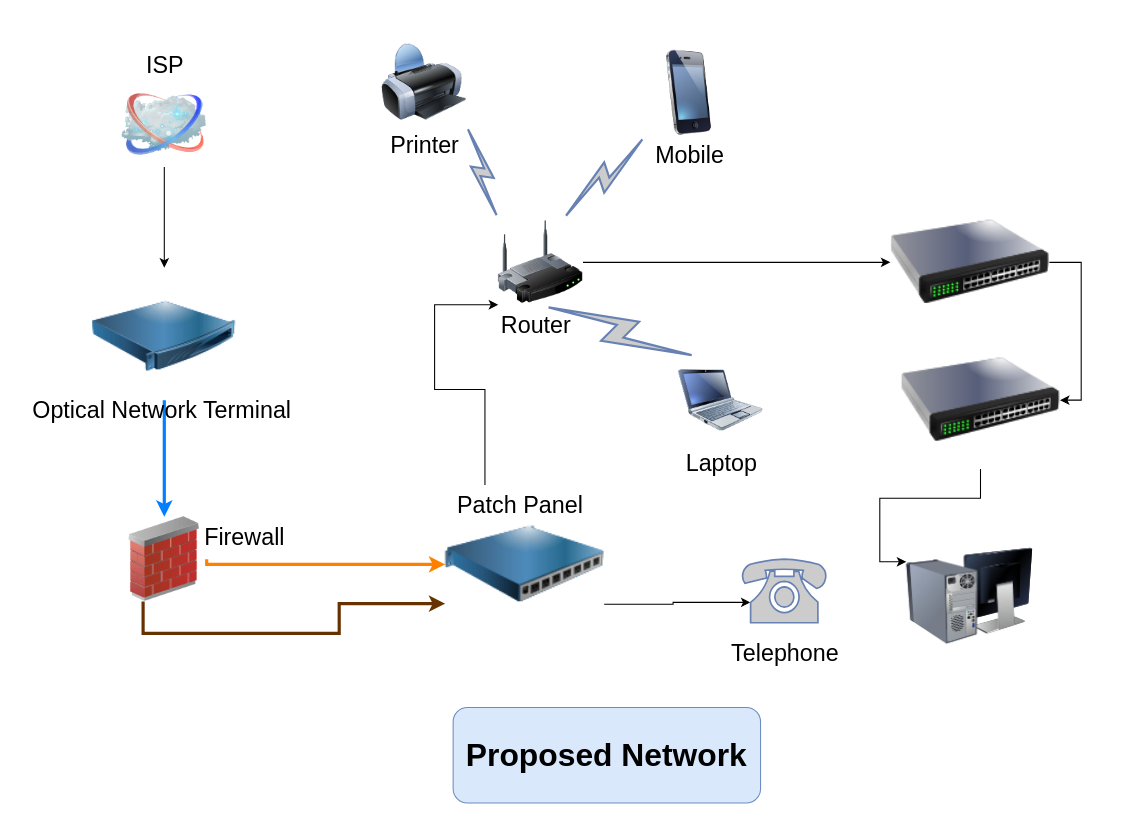
Before: Untitled Diagram.drawio in SamuelPius/Tridel-Network, a draw.io diagram. Source tidied: cells renumbered, new cells numbered last; positions are measured from the earlier drawing's top-left corner, leaving out a move shared by most shapes. Both pictures are drawn from the tidied source at 106%, with x=0, y=0 at pixel (18, 39).
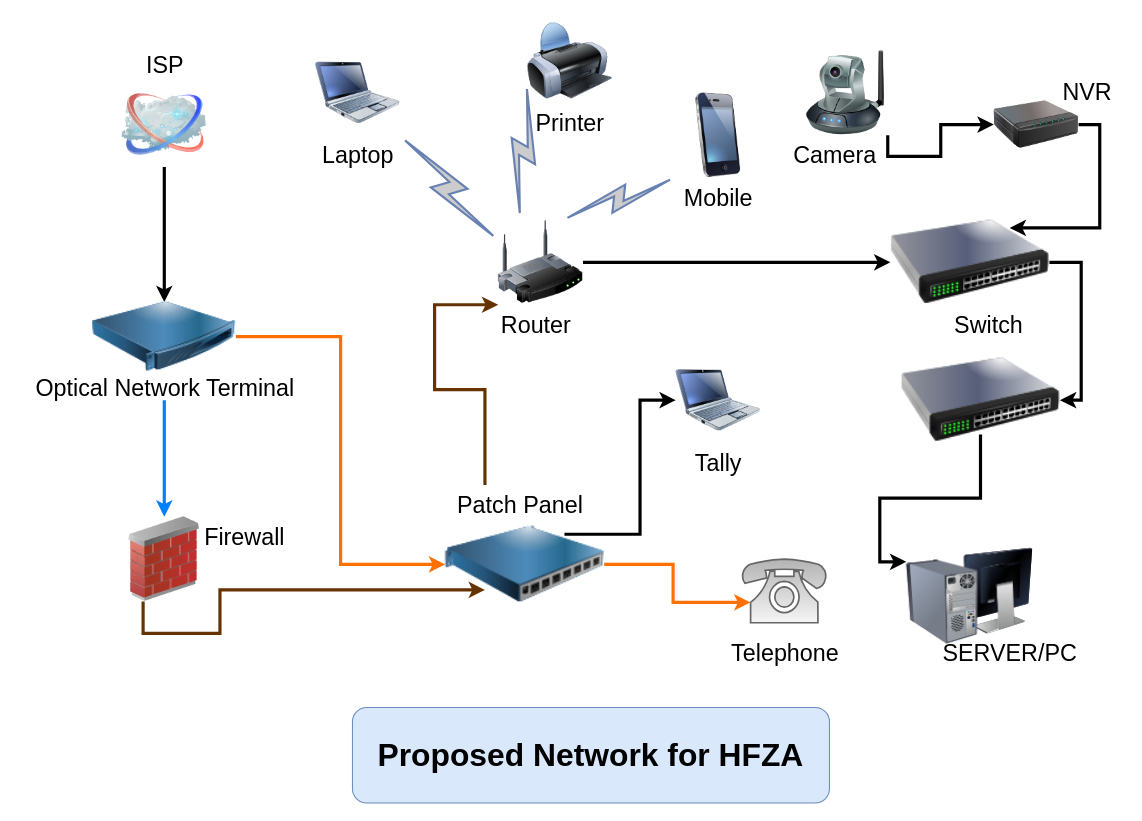
The same page after the edit.

Commit message:
Update Proposed HFZA Network Diagram.drawio

Unchanged cells that the change refers to:
```xml
<mxCell id="3" style="image;html=1;labelBackgroundColor=#ffffff;image=img/lib/clip_art/networking/Wireless_Router_128x128.png;rounded=1;shadow=0;comic=0;strokeWidth=2;fontSize=22;" parent="1" vertex="1">
  <mxGeometry x="452.5" y="170" width="80" height="80" as="geometry" />
</mxCell>
<mxCell id="5" value="ISP" style="image;html=1;labelBackgroundColor=#ffffff;image=img/lib/clip_art/networking/Cloud_128x128.png;rounded=1;shadow=0;comic=0;strokeWidth=2;fontSize=22;labelPosition=center;verticalLabelPosition=top;align=center;verticalAlign=bottom;" parent="1" vertex="1">
  <mxGeometry x="97.5" y="40" width="80" height="80" as="geometry" />
</mxCell>
<mxCell id="15" style="image;html=1;image=img/lib/clip_art/networking/Firewall_02_128x128.png;" parent="1" vertex="1">
  <mxGeometry x="97.5" y="450" width="80" height="80" as="geometry" />
</mxCell>
<mxCell id="27" style="image;html=1;image=img/lib/clip_art/computers/Monitor_Tower_Behind_128x128.png;" parent="1" vertex="1">
  <mxGeometry x="837.5" y="460" width="120" height="130" as="geometry" />
</mxCell>
```

Diff of the diagram source:
```diff
@@
-    <mxCell id="2" style="edgeStyle=orthogonalEdgeStyle;rounded=0;jettySize=auto;html=1;exitX=1;exitY=0.5;exitDx=0;exitDy=0;" parent="1" edge="1" source="3" target="29">
+    <mxCell id="2" style="edgeStyle=orthogonalEdgeStyle;rounded=0;jettySize=auto;html=1;exitX=1;exitY=0.5;exitDx=0;exitDy=0;strokeWidth=3;" parent="1" edge="1" source="3" target="29">
       <mxGeometry relative="1" as="geometry" />
     </mxCell>
@@
-    <mxCell id="4" style="edgeStyle=orthogonalEdgeStyle;rounded=0;jettySize=auto;html=1;exitX=0.5;exitY=1;exitDx=0;exitDy=0;entryX=0.5;entryY=0;entryDx=0;entryDy=0;" parent="1" edge="1" source="5" target="17">
+    <mxCell id="4" style="edgeStyle=orthogonalEdgeStyle;rounded=0;jettySize=auto;html=1;exitX=0.5;exitY=1;exitDx=0;exitDy=0;entryX=0.5;entryY=0.25;entryDx=0;entryDy=0;strokeWidth=3;entryPerimeter=0;" parent="1" edge="1" source="5" target="17">
       <mxGeometry relative="1" as="geometry" />
     </mxCell>
@@
     <mxCell id="6" value="Printer" style="image;html=1;labelBackgroundColor=#ffffff;image=img/lib/clip_art/computers/Printer_128x128.png;rounded=1;shadow=0;comic=0;strokeWidth=2;fontSize=22;" parent="1" vertex="1">
-      <mxGeometry x="342.5" width="80" height="80" as="geometry" />
+      <mxGeometry x="480" y="-20" width="80" height="80" as="geometry" />
     </mxCell>
     <mxCell id="7" value="Mobile" style="image;html=1;labelBackgroundColor=#ffffff;image=img/lib/clip_art/telecommunication/iPhone_128x128.png;rounded=1;shadow=0;comic=0;strokeWidth=2;fontSize=22;" parent="1" vertex="1">
-      <mxGeometry x="592.5" y="10" width="80" height="80" as="geometry" />
+      <mxGeometry x="620" y="50" width="80" height="80" as="geometry" />
     </mxCell>
     <mxCell id="8" value="Laptop" style="image;html=1;labelBackgroundColor=#ffffff;image=img/lib/clip_art/computers/Netbook_128x128.png;rounded=1;shadow=0;comic=0;strokeColor=#000000;strokeWidth=2;fillColor=#FFFFFF;fontSize=22;fontColor=#000000;" parent="1" vertex="1">
-      <mxGeometry x="622.5" y="300" width="80" height="80" as="geometry" />
+      <mxGeometry x="280" y="10" width="80" height="80" as="geometry" />
     </mxCell>
-    <mxCell id="9" value="&lt;font style=&quot;font-size: 30px;&quot;&gt;Proposed Network&lt;/font&gt;" style="rounded=1;whiteSpace=wrap;html=1;fillColor=#dae8fc;strokeColor=#6c8ebf;fontStyle=1;" parent="1" vertex="1">
-      <mxGeometry x="410" y="630" width="290" height="90" as="geometry" />
+    <mxCell id="9" value="&lt;font style=&quot;font-size: 30px;&quot;&gt;Proposed Network for HFZA&lt;/font&gt;" style="rounded=1;whiteSpace=wrap;html=1;fillColor=#dae8fc;strokeColor=#6c8ebf;fontStyle=1;" parent="1" vertex="1">
+      <mxGeometry x="315" y="630" width="450" height="90" as="geometry" />
     </mxCell>
+    <mxCell id="11" style="edgeStyle=orthogonalEdgeStyle;rounded=0;jettySize=auto;html=1;exitX=0.25;exitY=0;exitDx=0;exitDy=0;entryX=0;entryY=1;entryDx=0;entryDy=0;strokeWidth=3;strokeColor=#663300;" parent="1" edge="1" source="12" target="3">
+      <mxGeometry relative="1" as="geometry">
+        <Array as="points">
+          <mxPoint x="439.5" y="330" />
+          <mxPoint x="392.5" y="330" />
+          <mxPoint x="392.5" y="250" />
+        </Array>
+      </mxGeometry>
+    </mxCell>
-    <mxCell id="10" style="edgeStyle=orthogonalEdgeStyle;rounded=0;jettySize=auto;html=1;exitX=1;exitY=0.75;exitDx=0;exitDy=0;entryX=0.1;entryY=0.68;entryDx=0;entryDy=0;entryPerimeter=0;" parent="1" edge="1" source="12" target="21">
+    <mxCell id="10" style="edgeStyle=orthogonalEdgeStyle;rounded=0;jettySize=auto;html=1;exitX=1;exitY=0.5;exitDx=0;exitDy=0;entryX=0.1;entryY=0.68;entryDx=0;entryDy=0;entryPerimeter=0;strokeWidth=3;strokeColor=#FF7003;" parent="1" edge="1" source="12" target="21">
       <mxGeometry relative="1" as="geometry" />
     </mxCell>
-    <mxCell id="11" style="edgeStyle=orthogonalEdgeStyle;rounded=0;jettySize=auto;html=1;exitX=0.25;exitY=0;exitDx=0;exitDy=0;entryX=0;entryY=1;entryDx=0;entryDy=0;" parent="1" edge="1" source="12" target="3">
-      <mxGeometry relative="1" as="geometry">
-        <Array as="points">
-          <mxPoint x="439.5" y="330" />
-          <mxPoint x="392.5" y="330" />
-          <mxPoint x="392.5" y="250" />
-        </Array>
-      </mxGeometry>
-    </mxCell>
+    <mxCell id="32" style="edgeStyle=orthogonalEdgeStyle;rounded=0;jettySize=auto;html=1;exitX=0.75;exitY=0.31;exitDx=0;exitDy=0;exitPerimeter=0;entryX=0;entryY=0.5;entryDx=0;entryDy=0;strokeColor=#000000;strokeWidth=3;" parent="1" edge="1" source="12" target="41">
+      <mxGeometry relative="1" as="geometry" />
+    </mxCell>
-    <mxCell id="12" style="image;html=1;image=img/lib/clip_art/networking/power_distribution_unit_128x128.png;" parent="1" vertex="1">
+    <mxCell id="12" style="image;html=1;image=img/lib/clip_art/networking/power_distribution_unit_128x128.png;points=[[0,0,0,0,0],[0,0.25,0,0,0],[0,0.5,0,0,0],[0,1,0,0,0],[0.25,0,0,0,0],[0.25,0.66,0,0,0],[0.25,1,0,0,0],[0.5,0,0,0,0],[0.5,1,0,0,0],[0.75,0,0,0,0],[0.75,0.31,0,0,0],[0.75,1,0,0,0],[1,0,0,0,0],[1,0.5,0,0,0],[1,0.75,0,0,0],[1,1,0,0,0]];" parent="1" vertex="1">
       <mxGeometry x="402.5" y="420" width="150" height="150" as="geometry" />
     </mxCell>
-    <mxCell id="13" style="edgeStyle=orthogonalEdgeStyle;rounded=0;jettySize=auto;html=1;exitX=1;exitY=0.5;exitDx=0;exitDy=0;entryX=0;entryY=0.5;entryDx=0;entryDy=0;strokeColor=#FF8000;strokeWidth=3;" parent="1" edge="1" source="15" target="12">
-      <mxGeometry relative="1" as="geometry">
-        <Array as="points">
-          <mxPoint x="177.5" y="495" />
-        </Array>
-      </mxGeometry>
-    </mxCell>
-    <mxCell id="14" style="edgeStyle=orthogonalEdgeStyle;rounded=0;jettySize=auto;html=1;strokeColor=#663300;strokeWidth=3;exitX=0.25;exitY=1;exitDx=0;exitDy=0;" parent="1" edge="1" source="15" target="12">
+    <mxCell id="14" style="edgeStyle=orthogonalEdgeStyle;rounded=0;jettySize=auto;html=1;strokeColor=#663300;strokeWidth=3;exitX=0.25;exitY=1;exitDx=0;exitDy=0;entryX=0.25;entryY=0.66;entryDx=0;entryDy=0;entryPerimeter=0;" parent="1" edge="1" source="15" target="12">
       <mxGeometry relative="1" as="geometry">
         <Array as="points">
-          <mxPoint x="117.5" y="560" />
-          <mxPoint x="302.5" y="560" />
-          <mxPoint x="302.5" y="532" />
+          <mxPoint x="117" y="560" />
+          <mxPoint x="190" y="560" />
+          <mxPoint x="190" y="519" />
         </Array>
       </mxGeometry>
     </mxCell>
@@
+    <mxCell id="33" style="edgeStyle=orthogonalEdgeStyle;rounded=0;jettySize=auto;html=1;exitX=1;exitY=0.5;exitDx=0;exitDy=0;exitPerimeter=0;entryX=0;entryY=0.5;entryDx=0;entryDy=0;entryPerimeter=0;strokeWidth=3;strokeColor=#FF7003;" parent="1" edge="1" source="17" target="12">
+      <mxGeometry relative="1" as="geometry" />
+    </mxCell>
-    <mxCell id="17" style="image;html=1;image=img/lib/clip_art/networking/Concentrator_128x128.png;" parent="1" vertex="1">
+    <mxCell id="17" style="image;html=1;image=img/lib/clip_art/networking/Concentrator_128x128.png;points=[[0,0,0,0,0],[0,0.25,0,0,0],[0,0.5,0,0,0],[0,0.75,0,0,0],[0,1,0,0,0],[0.25,0,0,0,0],[0.25,1,0,0,0],[0.5,0.25,0,0,0],[0.5,1,0,0,0],[0.75,0,0,0,0],[0.75,1,0,0,0],[1,0,0,0,0],[1,0.25,0,0,0],[1,0.5,0,0,0],[1,0.75,0,0,0],[1,1,0,0,0]];" parent="1" vertex="1">
       <mxGeometry x="70" y="215" width="135" height="130" as="geometry" />
     </mxCell>
@@
-    <mxCell id="19" style="html=1;outlineConnect=0;fillColor=#CCCCCC;strokeColor=#6881B3;gradientColor=none;gradientDirection=north;strokeWidth=2;shape=mxgraph.networks.comm_link_edge;html=1;rounded=0;exitX=0.5;exitY=1;exitDx=0;exitDy=0;entryX=0.25;entryY=0;entryDx=0;entryDy=0;" parent="1" edge="1" source="3" target="8">
+    <mxCell id="19" style="html=1;outlineConnect=0;fillColor=#CCCCCC;strokeColor=#6881B3;gradientColor=none;gradientDirection=north;strokeWidth=2;shape=mxgraph.networks.comm_link_edge;html=1;rounded=0;exitX=0;exitY=0.25;exitDx=0;exitDy=0;entryX=1;entryY=1;entryDx=0;entryDy=0;" parent="1" edge="1" source="3" target="8">
       <mxGeometry relative="1" as="geometry" />
     </mxCell>
-    <mxCell id="20" style="html=1;outlineConnect=0;fillColor=#CCCCCC;strokeColor=#6881B3;gradientColor=none;gradientDirection=north;strokeWidth=2;shape=mxgraph.networks.comm_link_edge;html=1;rounded=0;exitX=0;exitY=0;exitDx=0;exitDy=0;entryX=1;entryY=1;entryDx=0;entryDy=0;" parent="1" edge="1" source="3" target="6">
+    <mxCell id="20" style="html=1;outlineConnect=0;fillColor=#CCCCCC;strokeColor=#6881B3;gradientColor=none;gradientDirection=north;strokeWidth=2;shape=mxgraph.networks.comm_link_edge;html=1;rounded=0;exitX=0.25;exitY=0;exitDx=0;exitDy=0;entryX=0;entryY=0.75;entryDx=0;entryDy=0;" parent="1" edge="1" source="3" target="6">
       <mxGeometry relative="1" as="geometry" />
     </mxCell>
-    <mxCell id="21" style="fontColor=#0066CC;verticalAlign=top;verticalLabelPosition=bottom;labelPosition=center;align=center;html=1;outlineConnect=0;fillColor=#CCCCCC;strokeColor=#6881B3;gradientColor=none;gradientDirection=north;strokeWidth=2;shape=mxgraph.networks.phone_1;" parent="1" vertex="1">
+    <mxCell id="21" style="verticalAlign=top;verticalLabelPosition=bottom;labelPosition=center;align=center;html=1;outlineConnect=0;gradientDirection=north;strokeWidth=2;shape=mxgraph.networks.phone_1;fillColor=#f5f5f5;strokeColor=#666666;gradientColor=#b3b3b3;" parent="1" vertex="1">
       <mxGeometry x="682.5" y="490" width="80" height="60" as="geometry" />
     </mxCell>
     <mxCell id="22" value="&lt;font style=&quot;font-size: 22px;&quot;&gt;Optical Network Terminal&lt;/font&gt;" style="text;html=1;align=center;verticalAlign=middle;strokeColor=none;fillColor=none;" parent="1" vertex="1">
-      <mxGeometry y="330" width="270" height="40" as="geometry" />
+      <mxGeometry x="2.5" y="310" width="270" height="40" as="geometry" />
     </mxCell>
@@
-    <mxCell id="28" style="edgeStyle=orthogonalEdgeStyle;rounded=0;jettySize=auto;html=1;exitX=1;exitY=0.5;exitDx=0;exitDy=0;entryX=1;entryY=0.5;entryDx=0;entryDy=0;" parent="1" edge="1" source="29" target="31">
+    <mxCell id="28" style="edgeStyle=orthogonalEdgeStyle;rounded=0;jettySize=auto;html=1;exitX=1;exitY=0.5;exitDx=0;exitDy=0;entryX=1;entryY=0.5;entryDx=0;entryDy=0;strokeWidth=3;" parent="1" edge="1" source="29" target="31">
       <mxGeometry relative="1" as="geometry" />
     </mxCell>
-    <mxCell id="29" style="image;html=1;image=img/lib/clip_art/networking/Switch_128x128.png;" parent="1" vertex="1">
+    <mxCell id="29" style="image;html=1;image=img/lib/clip_art/networking/Switch_128x128.png;points=[[0,0,0,0,0],[0,0.25,0,0,0],[0,0.5,0,0,0],[0,0.75,0,0,0],[0,1,0,0,0],[0.25,0,0,0,0],[0.25,1,0,0,0],[0.5,0,0,0,0],[0.5,1,0,0,0],[0.75,0,0,0,0],[0.75,0.25,0,0,0],[0.75,1,0,0,0],[1,0,0,0,0],[1,0.5,0,0,0],[1,0.75,0,0,0],[1,1,0,0,0]];" parent="1" vertex="1">
       <mxGeometry x="822.5" y="145" width="150" height="130" as="geometry" />
     </mxCell>
-    <mxCell id="30" style="edgeStyle=orthogonalEdgeStyle;rounded=0;jettySize=auto;html=1;exitX=0.5;exitY=1;exitDx=0;exitDy=0;entryX=0;entryY=0.25;entryDx=0;entryDy=0;" parent="1" edge="1" source="31" target="27">
+    <mxCell id="30" style="edgeStyle=orthogonalEdgeStyle;rounded=0;jettySize=auto;html=1;exitX=0.5;exitY=0.75;exitDx=0;exitDy=0;entryX=0;entryY=0.25;entryDx=0;entryDy=0;exitPerimeter=0;strokeWidth=3;" parent="1" edge="1" source="31" target="27">
       <mxGeometry relative="1" as="geometry" />
     </mxCell>
-    <mxCell id="31" style="image;html=1;image=img/lib/clip_art/networking/Switch_128x128.png;" parent="1" vertex="1">
+    <mxCell id="31" style="image;html=1;image=img/lib/clip_art/networking/Switch_128x128.png;points=[[0,0,0,0,0],[0,0.25,0,0,0],[0,0.5,0,0,0],[0,0.75,0,0,0],[0,1,0,0,0],[0.25,0,0,0,0],[0.25,1,0,0,0],[0.5,0,0,0,0],[0.5,0.75,0,0,0],[0.75,0,0,0,0],[0.75,1,0,0,0],[1,0,0,0,0],[1,0.25,0,0,0],[1,0.5,0,0,0],[1,0.75,0,0,0],[1,1,0,0,0]];" parent="1" vertex="1">
       <mxGeometry x="832.5" y="275" width="150" height="130" as="geometry" />
     </mxCell>
+    <mxCell id="34" style="edgeStyle=orthogonalEdgeStyle;rounded=0;jettySize=auto;html=1;exitX=1;exitY=1;exitDx=0;exitDy=0;entryX=0;entryY=0.5;entryDx=0;entryDy=0;strokeWidth=3;" parent="1" edge="1" source="35" target="38">
+      <mxGeometry relative="1" as="geometry" />
+    </mxCell>
+    <mxCell id="35" style="image;html=1;image=img/lib/clip_art/networking/Ip_Camera_128x128.png;" parent="1" vertex="1">
+      <mxGeometry x="740" y="10" width="80" height="80" as="geometry" />
+    </mxCell>
+    <mxCell id="36" value="&lt;font style=&quot;font-size: 22px;&quot;&gt;Switch&lt;/font&gt;" style="text;html=1;align=center;verticalAlign=middle;strokeColor=none;fillColor=none;" parent="1" vertex="1">
+      <mxGeometry x="870" y="250" width="90" height="40" as="geometry" />
+    </mxCell>
+    <mxCell id="37" style="edgeStyle=orthogonalEdgeStyle;rounded=0;jettySize=auto;html=1;exitX=1;exitY=0.5;exitDx=0;exitDy=0;entryX=0.75;entryY=0.25;entryDx=0;entryDy=0;entryPerimeter=0;strokeWidth=3;" parent="1" edge="1" source="38" target="29">
+      <mxGeometry relative="1" as="geometry">
+        <Array as="points">
+          <mxPoint x="1020" y="80" />
+          <mxPoint x="1020" y="178" />
+        </Array>
+      </mxGeometry>
+    </mxCell>
+    <mxCell id="38" style="image;html=1;image=img/lib/clip_art/networking/Print_Server_128x128.png;" parent="1" vertex="1">
+      <mxGeometry x="920" y="40" width="80" height="80" as="geometry" />
+    </mxCell>
+    <mxCell id="39" value="&lt;font style=&quot;font-size: 22px;&quot;&gt;NVR&lt;/font&gt;" style="text;html=1;align=center;verticalAlign=middle;strokeColor=none;fillColor=none;" parent="1" vertex="1">
+      <mxGeometry x="972.5" y="30" width="70" height="40" as="geometry" />
+    </mxCell>
+    <mxCell id="40" value="&lt;font style=&quot;font-size: 22px;&quot;&gt;Camera&lt;/font&gt;" style="text;html=1;align=center;verticalAlign=middle;strokeColor=none;fillColor=none;" parent="1" vertex="1">
+      <mxGeometry x="720" y="90" width="100" height="40" as="geometry" />
+    </mxCell>
+    <mxCell id="41" value="Tally" style="image;html=1;labelBackgroundColor=#ffffff;image=img/lib/clip_art/computers/Netbook_128x128.png;rounded=1;shadow=0;comic=0;strokeColor=#000000;strokeWidth=2;fillColor=#FFFFFF;fontSize=22;fontColor=#000000;" parent="1" vertex="1">
+      <mxGeometry x="620" y="300" width="80" height="80" as="geometry" />
+    </mxCell>
+    <mxCell id="42" value="&lt;font style=&quot;font-size: 22px;&quot;&gt;SERVER/PC&lt;/font&gt;" style="text;html=1;align=center;verticalAlign=middle;strokeColor=none;fillColor=none;" parent="1" vertex="1">
+      <mxGeometry x="860" y="560" width="150" height="40" as="geometry" />
+    </mxCell>
```
